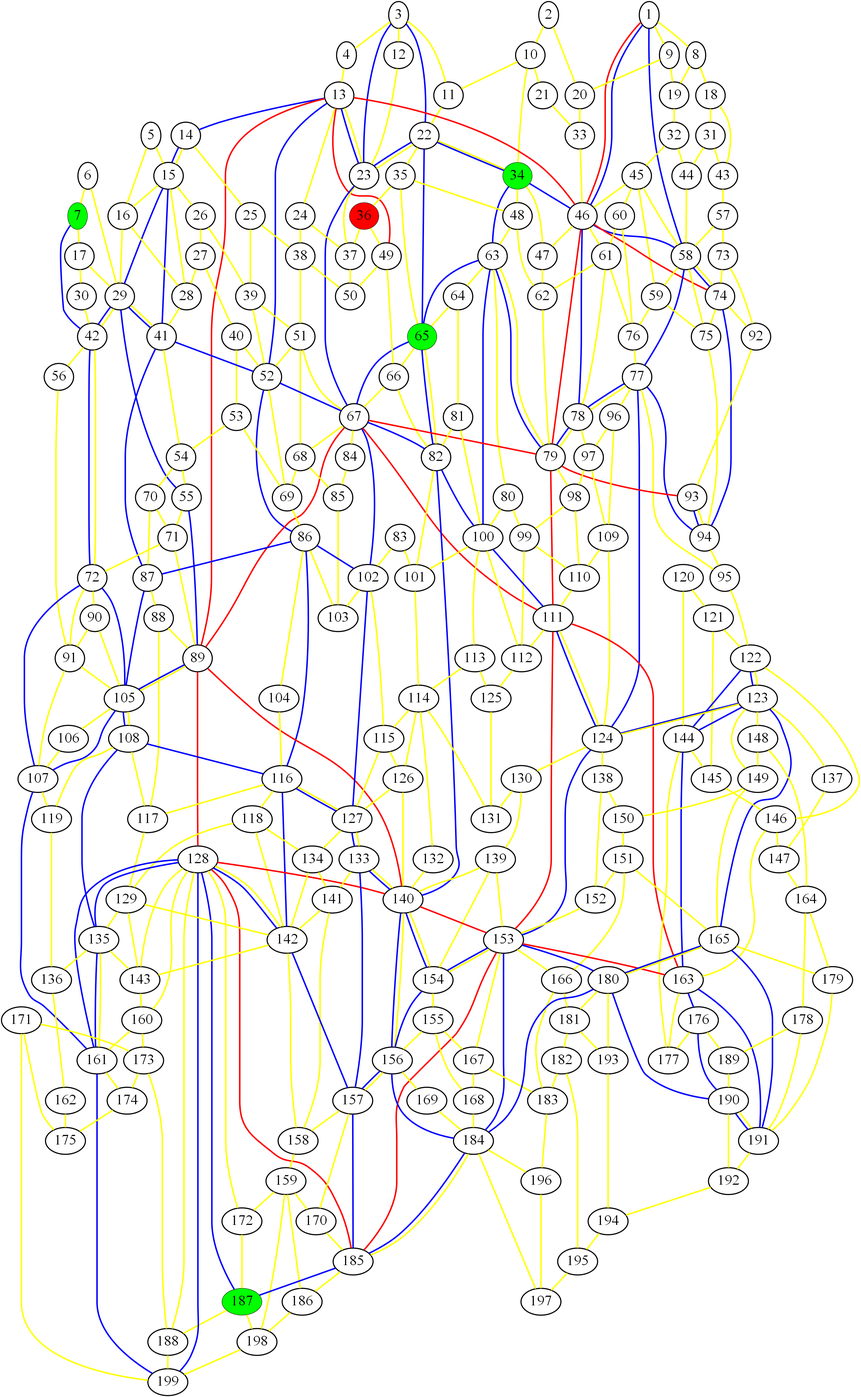
The Graphviz diagram graph_14.png in ed-churchill/complex-systems-project, before a commit. Its source is kept beside it as graph_14.gv.
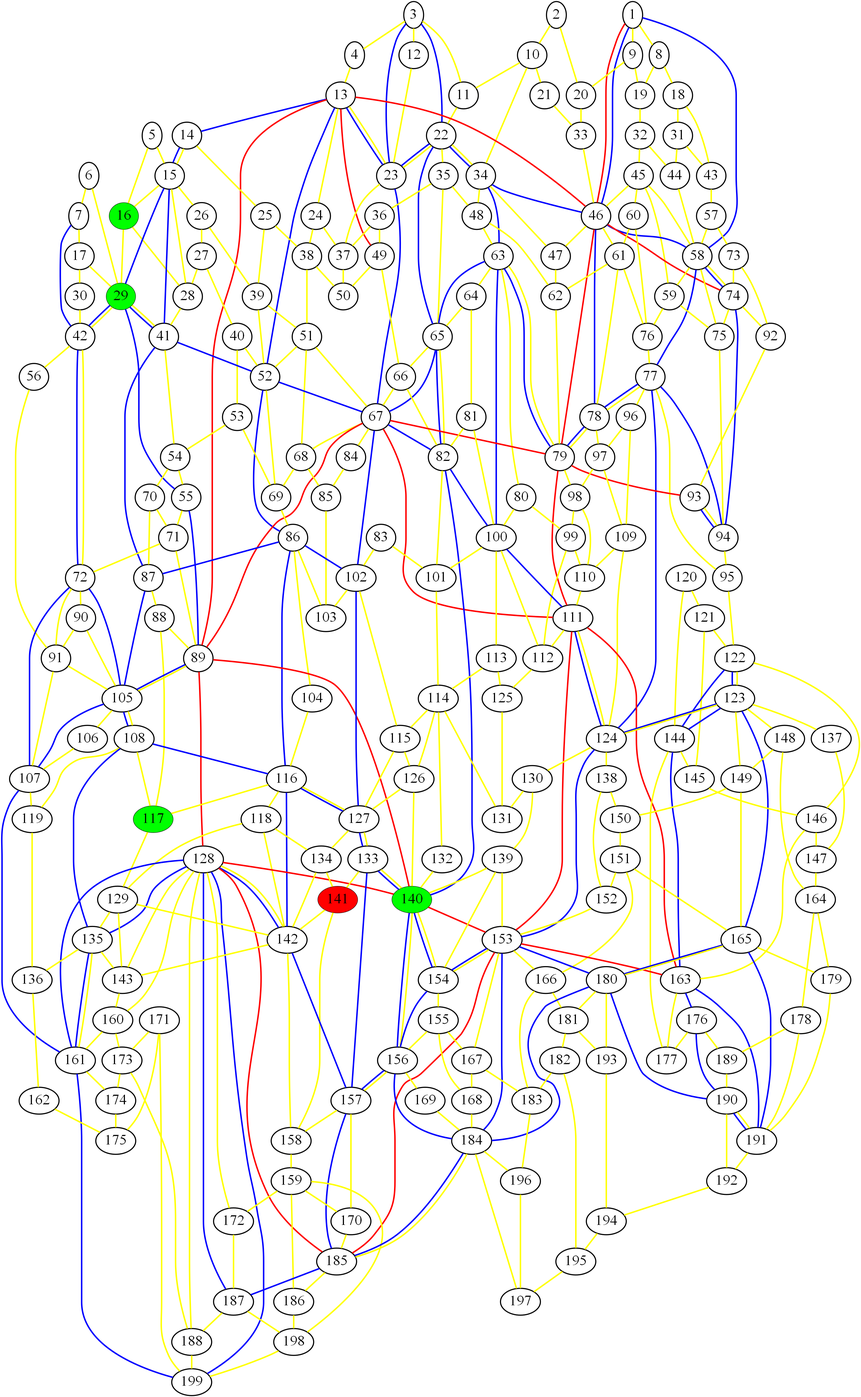
After the commit.

What changed in the source:
```diff
@@ -1,15 +1,16 @@
 graph london_graph {
-36 [fillcolor=red, fontsize=40, pendwidth=3, style=filled];
-7 [fillcolor=green, fontsize=40, pendwidth=3, style=filled];
-34 [fillcolor=green, fontsize=40, pendwidth=3, style=filled];
-187 [fillcolor=green, fontsize=40, pendwidth=3, style=filled];
-65 [fillcolor=green, fontsize=40, pendwidth=3, style=filled];
+141 [fillcolor=red, fontsize=40, pendwidth=3, style=filled];
+140 [fillcolor=green, fontsize=40, pendwidth=3, style=filled];
+16 [fillcolor=green, fontsize=40, pendwidth=3, style=filled];
+117 [fillcolor=green, fontsize=40, pendwidth=3, style=filled];
+29 [fillcolor=green, fontsize=40, pendwidth=3, style=filled];
 1 [fontsize=40, penwidth=3];
 2 [fontsize=40, penwidth=3];
 3 [fontsize=40, penwidth=3];
 4 [fontsize=40, penwidth=3];
 5 [fontsize=40, penwidth=3];
 6 [fontsize=40, penwidth=3];
+7 [fontsize=40, penwidth=3];
 8 [fontsize=40, penwidth=3];
 9 [fontsize=40, penwidth=3];
 10 [fontsize=40, penwidth=3];
@@ -18,7 +19,6 @@
 13 [fontsize=40, penwidth=3];
 14 [fontsize=40, penwidth=3];
 15 [fontsize=40, penwidth=3];
-16 [fontsize=40, penwidth=3];
 17 [fontsize=40, penwidth=3];
 18 [fontsize=40, penwidth=3];
 19 [fontsize=40, penwidth=3];
@@ -31,12 +31,13 @@
 26 [fontsize=40, penwidth=3];
 27 [fontsize=40, penwidth=3];
 28 [fontsize=40, penwidth=3];
-29 [fontsize=40, penwidth=3];
 30 [fontsize=40, penwidth=3];
 31 [fontsize=40, penwidth=3];
 32 [fontsize=40, penwidth=3];
 33 [fontsize=40, penwidth=3];
+34 [fontsize=40, penwidth=3];
 35 [fontsize=40, penwidth=3];
+36 [fontsize=40, penwidth=3];
 37 [fontsize=40, penwidth=3];
 38 [fontsize=40, penwidth=3];
 39 [fontsize=40, penwidth=3];
@@ -65,6 +66,7 @@
 62 [fontsize=40, penwidth=3];
 63 [fontsize=40, penwidth=3];
 64 [fontsize=40, penwidth=3];
+65 [fontsize=40, penwidth=3];
 66 [fontsize=40, penwidth=3];
 67 [fontsize=40, penwidth=3];
 68 [fontsize=40, penwidth=3];
@@ -116,7 +118,6 @@
 114 [fontsize=40, penwidth=3];
 115 [fontsize=40, penwidth=3];
 116 [fontsize=40, penwidth=3];
-117 [fontsize=40, penwidth=3];
 118 [fontsize=40, penwidth=3];
 119 [fontsize=40, penwidth=3];
 120 [fontsize=40, penwidth=3];
@@ -139,8 +140,6 @@
 137 [fontsize=40, penwidth=3];
 138 [fontsize=40, penwidth=3];
 139 [fontsize=40, penwidth=3];
-140 [fontsize=40, penwidth=3];
-141 [fontsize=40, penwidth=3];
 142 [fontsize=40, penwidth=3];
 143 [fontsize=40, penwidth=3];
 144 [fontsize=40, penwidth=3];
@@ -186,6 +185,7 @@
 184 [fontsize=40, penwidth=3];
 185 [fontsize=40, penwidth=3];
 186 [fontsize=40, penwidth=3];
+187 [fontsize=40, penwidth=3];
 188 [fontsize=40, penwidth=3];
 189 [fontsize=40, penwidth=3];
 190 [fontsize=40, penwidth=3];
```
